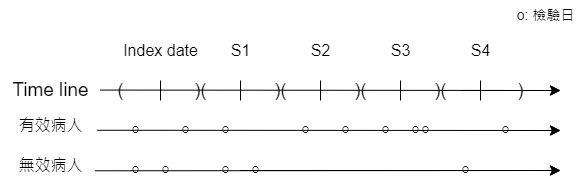
This is 分析/timeline.drawio.png from VinceOY/Disease_analysis, a draw.io export, as it was before one commit. Source tidied: cells renumbered, new cells last; positions are measured from the earlier drawing's top-left corner, leaving out a move shared by most shapes.
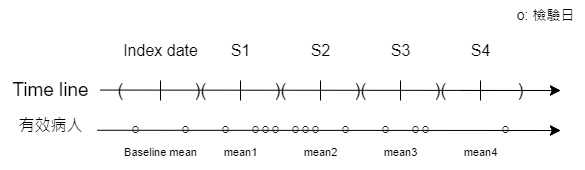
Later version of the same file.

Diff of the diagram source:
```diff
@@ -18,14 +18,6 @@
     <mxCell id="5" value="有效病人" style="text;html=1;align=center;verticalAlign=middle;points=[];strokeColor=none;fillColor=none;fontSize=16;" parent="1" vertex="1">
       <mxGeometry x="5" y="110" width="90" height="30" as="geometry" />
     </mxCell>
-    <mxCell id="6" style="endArrow=classic;html=1;rounded=0;fontSize=12;startSize=8;endSize=8;curved=1;" parent="1" edge="1" source="36">
-      <mxGeometry relative="1" as="geometry">
-        <mxPoint x="560" y="170" as="targetPoint" />
-      </mxGeometry>
-    </mxCell>
-    <mxCell id="7" value="無效病人" style="text;html=1;align=center;verticalAlign=middle;points=[];strokeColor=none;fillColor=none;fontSize=16;" parent="1" vertex="1">
-      <mxGeometry x="5" y="150" width="90" height="30" as="geometry" />
-    </mxCell>
     <mxCell id="8" value="&lt;font style=&quot;font-size: 16px;&quot;&gt;Index date&lt;/font&gt;" style="text;html=1;align=center;verticalAlign=middle;strokeColor=none;fillColor=none;fontSize=19;" parent="1" vertex="1">
       <mxGeometry x="110" y="30" width="100" height="40" as="geometry" />
     </mxCell>
@@ -115,23 +107,6 @@
     <mxCell id="31" value="O" style="text;html=1;align=center;verticalAlign=middle;points=[];strokeColor=none;fillColor=none;fontSize=9;" parent="1" vertex="1">
       <mxGeometry x="490" y="120" width="30" height="20" as="geometry" />
     </mxCell>
-    <mxCell id="32" value="O" style="text;html=1;align=center;verticalAlign=middle;strokeColor=none;fillColor=none;fontSize=9;" parent="1" vertex="1">
-      <mxGeometry x="240" y="160" width="30" height="20" as="geometry" />
-    </mxCell>
-    <mxCell id="33" value="O" style="text;html=1;align=center;verticalAlign=middle;strokeColor=none;fillColor=none;fontSize=9;" parent="1" vertex="1">
-      <mxGeometry x="150" y="160" width="30" height="20" as="geometry" />
-    </mxCell>
-    <mxCell id="34" value="O" style="text;html=1;align=center;verticalAlign=middle;strokeColor=none;fillColor=none;fontSize=9;" parent="1" vertex="1">
-      <mxGeometry x="120" y="160" width="30" height="20" as="geometry" />
-    </mxCell>
-    <mxCell id="35" style="endArrow=classic;html=1;rounded=0;fontSize=12;startSize=8;endSize=8;curved=1;exitX=0.996;exitY=0.676;exitDx=0;exitDy=0;exitPerimeter=0;" parent="1" edge="1" source="7">
-      <mxGeometry relative="1" as="geometry">
-        <mxPoint x="560" y="170" as="targetPoint" />
-      </mxGeometry>
-    </mxCell>
-    <mxCell id="36" value="O" style="text;html=1;align=center;verticalAlign=middle;points=[];strokeColor=none;fillColor=none;fontSize=9;" parent="1" vertex="1">
-      <mxGeometry x="210" y="160" width="30" height="20" as="geometry" />
-    </mxCell>
     <mxCell id="37" style="endArrow=classic;html=1;rounded=0;fontSize=12;startSize=8;endSize=8;curved=1;exitX=1.021;exitY=0.659;exitDx=0;exitDy=0;exitPerimeter=0;" parent="1" edge="1" source="5">
       <mxGeometry relative="1" as="geometry">
         <mxPoint x="560" y="130" as="targetPoint" />
@@ -140,14 +115,41 @@
     <mxCell id="38" value="O" style="text;html=1;align=center;verticalAlign=middle;strokeColor=none;fillColor=none;fontSize=9;" parent="1" vertex="1">
       <mxGeometry x="330" y="120" width="30" height="20" as="geometry" />
     </mxCell>
-    <mxCell id="39" value="O" style="text;html=1;align=center;verticalAlign=middle;strokeColor=none;fillColor=none;fontSize=9;" parent="1" vertex="1">
-      <mxGeometry x="450" y="160" width="30" height="20" as="geometry" />
-    </mxCell>
     <mxCell id="40" value="O" style="text;html=1;align=center;verticalAlign=middle;strokeColor=none;fillColor=none;fontSize=9;" parent="1" vertex="1">
       <mxGeometry x="370" y="120" width="30" height="20" as="geometry" />
     </mxCell>
     <mxCell id="41" value="&lt;font style=&quot;font-size: 14px;&quot;&gt;o: 檢驗日&lt;/font&gt;" style="text;html=1;align=center;verticalAlign=middle;strokeColor=none;fillColor=none;fontSize=14;" parent="1" vertex="1">
       <mxGeometry x="505" width="80" height="30" as="geometry" />
     </mxCell>
+    <mxCell id="42" value="&lt;font style=&quot;font-size: 11px;&quot;&gt;Baseline mean&lt;/font&gt;" style="text;html=1;align=center;verticalAlign=middle;strokeColor=none;fillColor=none;fontSize=19;" parent="1" vertex="1">
+      <mxGeometry x="110" y="130" width="100" height="40" as="geometry" />
+    </mxCell>
+    <mxCell id="43" value="&lt;font style=&quot;font-size: 11px;&quot;&gt;mean1&lt;/font&gt;" style="text;html=1;align=center;verticalAlign=middle;strokeColor=none;fillColor=none;fontSize=19;" parent="1" vertex="1">
+      <mxGeometry x="210" y="130" width="60" height="40" as="geometry" />
+    </mxCell>
+    <mxCell id="44" value="&lt;font style=&quot;font-size: 11px;&quot;&gt;mean2&lt;/font&gt;" style="text;html=1;align=center;verticalAlign=middle;strokeColor=none;fillColor=none;fontSize=19;" parent="1" vertex="1">
+      <mxGeometry x="290" y="130" width="60" height="40" as="geometry" />
+    </mxCell>
+    <mxCell id="45" value="&lt;font style=&quot;font-size: 11px;&quot;&gt;mean3&lt;/font&gt;" style="text;html=1;align=center;verticalAlign=middle;strokeColor=none;fillColor=none;fontSize=19;" parent="1" vertex="1">
+      <mxGeometry x="370" y="130" width="60" height="40" as="geometry" />
+    </mxCell>
+    <mxCell id="46" value="&lt;font style=&quot;font-size: 11px;&quot;&gt;mean4&lt;/font&gt;" style="text;html=1;align=center;verticalAlign=middle;strokeColor=none;fillColor=none;fontSize=19;" parent="1" vertex="1">
+      <mxGeometry x="450" y="130" width="60" height="40" as="geometry" />
+    </mxCell>
+    <mxCell id="47" value="O" style="text;html=1;align=center;verticalAlign=middle;strokeColor=none;fillColor=none;fontSize=9;" parent="1" vertex="1">
+      <mxGeometry x="250" y="120" width="30" height="20" as="geometry" />
+    </mxCell>
+    <mxCell id="48" value="O" style="text;html=1;align=center;verticalAlign=middle;strokeColor=none;fillColor=none;fontSize=9;" parent="1" vertex="1">
+      <mxGeometry x="260" y="120" width="30" height="20" as="geometry" />
+    </mxCell>
+    <mxCell id="49" value="O" style="text;html=1;align=center;verticalAlign=middle;strokeColor=none;fillColor=none;fontSize=9;" parent="1" vertex="1">
+      <mxGeometry x="240" y="120" width="30" height="20" as="geometry" />
+    </mxCell>
+    <mxCell id="50" value="O" style="text;html=1;align=center;verticalAlign=middle;strokeColor=none;fillColor=none;fontSize=9;" parent="1" vertex="1">
+      <mxGeometry x="300" y="120" width="30" height="20" as="geometry" />
+    </mxCell>
+    <mxCell id="51" value="O" style="text;html=1;align=center;verticalAlign=middle;strokeColor=none;fillColor=none;fontSize=9;" parent="1" vertex="1">
+      <mxGeometry x="280" y="120" width="30" height="20" as="geometry" />
+    </mxCell>
   </root>
 </mxGraphModel>
```
